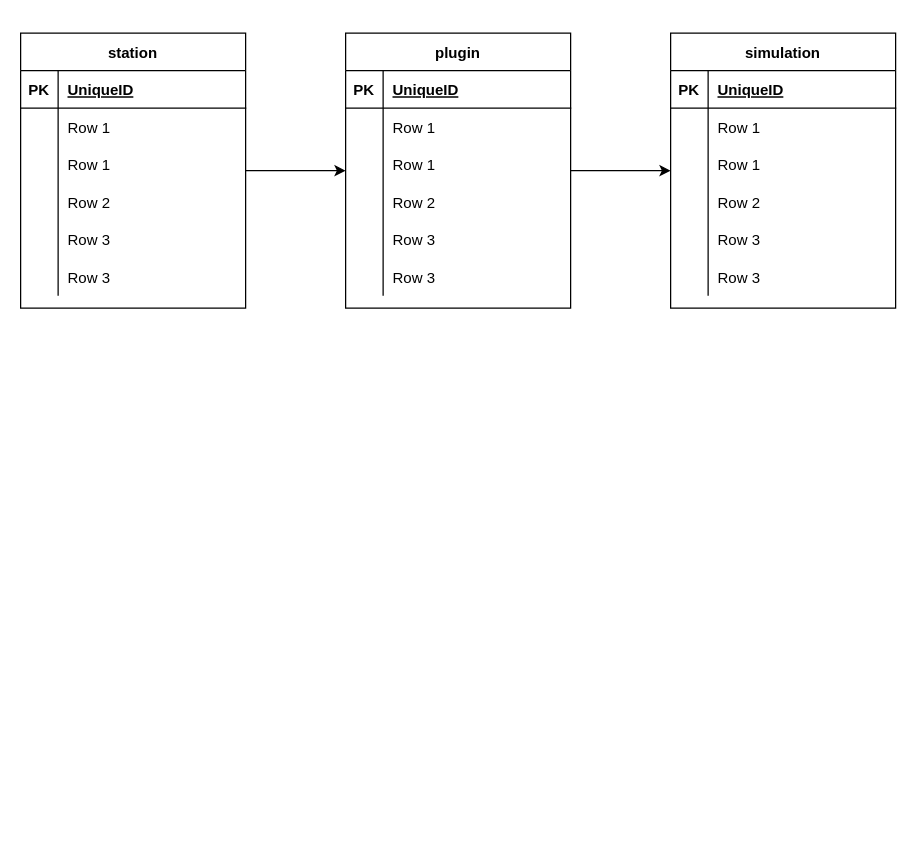
The draw.io diagram page "电站信息" (4 of 6) of pdd-e-r.drawio in gg2herry/drawio, before the edit. Source tidied: cells renumbered, new cells numbered last; positions are measured from the earlier drawing's top-left corner, leaving out a move shared by most shapes. Both pictures are drawn from the tidied source at 125%, with x=0, y=0 at pixel (20, 32).
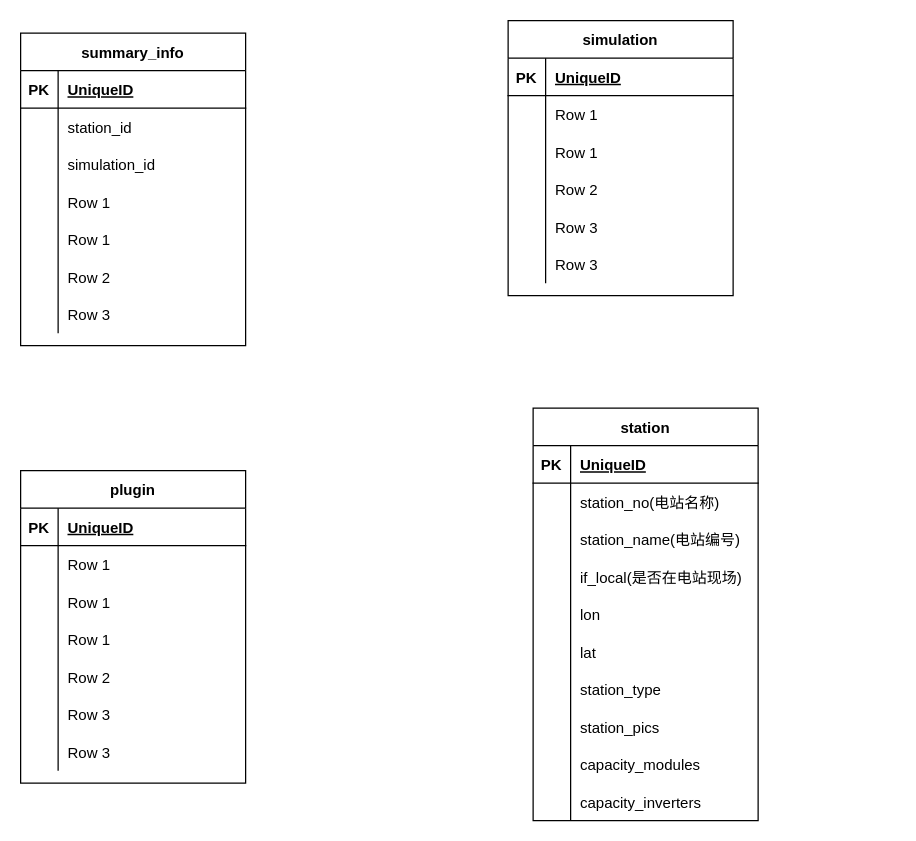
After the change.

The change refers to these unchanged cells:
```xml
<mxCell id="7" style="shape=partialRectangle;fillColor=none;top=0;left=0;bottom=0;right=0;" parent="3" vertex="1">
  <mxGeometry y="60" width="180" height="30" as="geometry" />
</mxCell>
```

What changed in the source:
```diff
@@
-    <mxCell id="2" style="edgeStyle=orthogonalEdgeStyle;rounded=0;jettySize=auto;html=1;" parent="1" edge="1" source="3" target="23">
-      <mxGeometry relative="1" as="geometry" />
-    </mxCell>
     <mxCell id="3" value="station" style="shape=table;startSize=30;childLayout=tableLayout;rowLines=0;fontStyle=1;align=center;" parent="1" vertex="1">
-      <mxGeometry width="180" height="220" as="geometry" />
+      <mxGeometry x="410" y="300" width="180" height="330" as="geometry" />
     </mxCell>
@@
-    <mxCell id="9" value="Row 1" style="shape=partialRectangle;fillColor=none;top=0;left=0;bottom=0;right=0;align=left;spacingLeft=6;overflow=hidden;" parent="7" vertex="1">
+    <mxCell id="9" value="station_no(电站名称)" style="shape=partialRectangle;fillColor=none;top=0;left=0;bottom=0;right=0;align=left;spacingLeft=6;overflow=hidden;" parent="7" vertex="1">
       <mxGeometry x="30" width="150" height="30" as="geometry" />
     </mxCell>
-    <mxCell id="10" style="shape=partialRectangle;fillColor=none;top=0;left=0;bottom=0;right=0;" parent="3" vertex="1">
-      <mxGeometry y="90" width="180" height="30" as="geometry" />
-    </mxCell>
-    <mxCell id="11" style="shape=partialRectangle;fillColor=none;top=0;left=0;bottom=0;right=0;overflow=hidden;" parent="10" vertex="1">
-      <mxGeometry width="30" height="30" as="geometry" />
-    </mxCell>
-    <mxCell id="12" value="Row 1" style="shape=partialRectangle;fillColor=none;top=0;left=0;bottom=0;right=0;align=left;spacingLeft=6;overflow=hidden;" parent="10" vertex="1">
-      <mxGeometry x="30" width="150" height="30" as="geometry" />
-    </mxCell>
     <mxCell id="13" style="shape=partialRectangle;fillColor=none;top=0;left=0;bottom=0;right=0;" parent="3" vertex="1">
-      <mxGeometry y="120" width="180" height="30" as="geometry" />
+      <mxGeometry y="90" width="180" height="30" as="geometry" />
     </mxCell>
@@
-    <mxCell id="15" value="Row 2" style="shape=partialRectangle;fillColor=none;top=0;left=0;bottom=0;right=0;align=left;spacingLeft=6;overflow=hidden;" parent="13" vertex="1">
+    <mxCell id="15" value="station_name(电站编号)" style="shape=partialRectangle;fillColor=none;top=0;left=0;bottom=0;right=0;align=left;spacingLeft=6;overflow=hidden;" parent="13" vertex="1">
       <mxGeometry x="30" width="150" height="30" as="geometry" />
     </mxCell>
     <mxCell id="16" style="shape=partialRectangle;fillColor=none;top=0;left=0;bottom=0;right=0;" parent="3" vertex="1">
-      <mxGeometry y="150" width="180" height="30" as="geometry" />
+      <mxGeometry y="120" width="180" height="30" as="geometry" />
     </mxCell>
@@
-    <mxCell id="18" value="Row 3" style="shape=partialRectangle;fillColor=none;top=0;left=0;bottom=0;right=0;align=left;spacingLeft=6;overflow=hidden;" parent="16" vertex="1">
+    <mxCell id="18" value="if_local(是否在电站现场)" style="shape=partialRectangle;fillColor=none;top=0;left=0;bottom=0;right=0;align=left;spacingLeft=6;overflow=hidden;" parent="16" vertex="1">
       <mxGeometry x="30" width="150" height="30" as="geometry" />
     </mxCell>
     <mxCell id="19" style="shape=partialRectangle;fillColor=none;top=0;left=0;bottom=0;right=0;" parent="3" vertex="1">
-      <mxGeometry y="180" width="180" height="30" as="geometry" />
+      <mxGeometry y="150" width="180" height="30" as="geometry" />
     </mxCell>
@@
-    <mxCell id="21" value="Row 3" style="shape=partialRectangle;fillColor=none;top=0;left=0;bottom=0;right=0;align=left;spacingLeft=6;overflow=hidden;" parent="19" vertex="1">
+    <mxCell id="21" value="lon" style="shape=partialRectangle;fillColor=none;top=0;left=0;bottom=0;right=0;align=left;spacingLeft=6;overflow=hidden;" parent="19" vertex="1">
       <mxGeometry x="30" width="150" height="30" as="geometry" />
     </mxCell>
-    <mxCell id="22" style="edgeStyle=orthogonalEdgeStyle;rounded=0;jettySize=auto;html=1;" parent="1" edge="1" source="23" target="42">
-      <mxGeometry relative="1" as="geometry" />
-    </mxCell>
+    <mxCell id="61" style="shape=partialRectangle;fillColor=none;top=0;left=0;bottom=0;right=0;" parent="3" vertex="1">
+      <mxGeometry y="180" width="180" height="30" as="geometry" />
+    </mxCell>
+    <mxCell id="62" style="shape=partialRectangle;fillColor=none;top=0;left=0;bottom=0;right=0;overflow=hidden;" parent="61" vertex="1">
+      <mxGeometry width="30" height="30" as="geometry" />
+    </mxCell>
+    <mxCell id="63" value="lat" style="shape=partialRectangle;fillColor=none;top=0;left=0;bottom=0;right=0;align=left;spacingLeft=6;overflow=hidden;" parent="61" vertex="1">
+      <mxGeometry x="30" width="150" height="30" as="geometry" />
+    </mxCell>
+    <mxCell id="10" style="shape=partialRectangle;fillColor=none;top=0;left=0;bottom=0;right=0;" parent="3" vertex="1">
+      <mxGeometry y="210" width="180" height="30" as="geometry" />
+    </mxCell>
+    <mxCell id="11" style="shape=partialRectangle;fillColor=none;top=0;left=0;bottom=0;right=0;overflow=hidden;" parent="10" vertex="1">
+      <mxGeometry width="30" height="30" as="geometry" />
+    </mxCell>
+    <mxCell id="12" value="station_type" style="shape=partialRectangle;fillColor=none;top=0;left=0;bottom=0;right=0;align=left;spacingLeft=6;overflow=hidden;" parent="10" vertex="1">
+      <mxGeometry x="30" width="150" height="30" as="geometry" />
+    </mxCell>
+    <mxCell id="64" style="shape=partialRectangle;fillColor=none;top=0;left=0;bottom=0;right=0;" parent="3" vertex="1">
+      <mxGeometry y="240" width="180" height="30" as="geometry" />
+    </mxCell>
+    <mxCell id="65" style="shape=partialRectangle;fillColor=none;top=0;left=0;bottom=0;right=0;overflow=hidden;" parent="64" vertex="1">
+      <mxGeometry width="30" height="30" as="geometry" />
+    </mxCell>
+    <mxCell id="66" value="station_pics" style="shape=partialRectangle;fillColor=none;top=0;left=0;bottom=0;right=0;align=left;spacingLeft=6;overflow=hidden;" parent="64" vertex="1">
+      <mxGeometry x="30" width="150" height="30" as="geometry" />
+    </mxCell>
+    <mxCell id="67" style="shape=partialRectangle;fillColor=none;top=0;left=0;bottom=0;right=0;" parent="3" vertex="1">
+      <mxGeometry y="270" width="180" height="30" as="geometry" />
+    </mxCell>
+    <mxCell id="68" style="shape=partialRectangle;fillColor=none;top=0;left=0;bottom=0;right=0;overflow=hidden;" parent="67" vertex="1">
+      <mxGeometry width="30" height="30" as="geometry" />
+    </mxCell>
+    <mxCell id="69" value="capacity_modules" style="shape=partialRectangle;fillColor=none;top=0;left=0;bottom=0;right=0;align=left;spacingLeft=6;overflow=hidden;" parent="67" vertex="1">
+      <mxGeometry x="30" width="150" height="30" as="geometry" />
+    </mxCell>
+    <mxCell id="70" style="shape=partialRectangle;fillColor=none;top=0;left=0;bottom=0;right=0;" parent="3" vertex="1">
+      <mxGeometry y="300" width="180" height="30" as="geometry" />
+    </mxCell>
+    <mxCell id="71" style="shape=partialRectangle;fillColor=none;top=0;left=0;bottom=0;right=0;overflow=hidden;" parent="70" vertex="1">
+      <mxGeometry width="30" height="30" as="geometry" />
+    </mxCell>
+    <mxCell id="72" value="capacity_inverters" style="shape=partialRectangle;fillColor=none;top=0;left=0;bottom=0;right=0;align=left;spacingLeft=6;overflow=hidden;" parent="70" vertex="1">
+      <mxGeometry x="30" width="150" height="30" as="geometry" />
+    </mxCell>
     <mxCell id="23" value="plugin" style="shape=table;startSize=30;childLayout=tableLayout;rowLines=0;fontStyle=1;align=center;" parent="1" vertex="1">
-      <mxGeometry x="260" width="180" height="220" as="geometry" />
+      <mxGeometry y="350" width="180" height="250" as="geometry" />
     </mxCell>
@@
+    <mxCell id="73" style="shape=partialRectangle;fillColor=none;top=0;left=0;bottom=0;right=0;" parent="23" vertex="1">
+      <mxGeometry y="90" width="180" height="30" as="geometry" />
+    </mxCell>
+    <mxCell id="74" style="shape=partialRectangle;fillColor=none;top=0;left=0;bottom=0;right=0;overflow=hidden;" parent="73" vertex="1">
+      <mxGeometry width="30" height="30" as="geometry" />
+    </mxCell>
+    <mxCell id="75" value="Row 1" style="shape=partialRectangle;fillColor=none;top=0;left=0;bottom=0;right=0;align=left;spacingLeft=6;overflow=hidden;" parent="73" vertex="1">
+      <mxGeometry x="30" width="150" height="30" as="geometry" />
+    </mxCell>
     <mxCell id="30" style="shape=partialRectangle;fillColor=none;top=0;left=0;bottom=0;right=0;" parent="23" vertex="1">
-      <mxGeometry y="90" width="180" height="30" as="geometry" />
+      <mxGeometry y="120" width="180" height="30" as="geometry" />
     </mxCell>
@@
     <mxCell id="33" style="shape=partialRectangle;fillColor=none;top=0;left=0;bottom=0;right=0;" parent="23" vertex="1">
-      <mxGeometry y="120" width="180" height="30" as="geometry" />
+      <mxGeometry y="150" width="180" height="30" as="geometry" />
     </mxCell>
@@
     <mxCell id="36" style="shape=partialRectangle;fillColor=none;top=0;left=0;bottom=0;right=0;" parent="23" vertex="1">
-      <mxGeometry y="150" width="180" height="30" as="geometry" />
+      <mxGeometry y="180" width="180" height="30" as="geometry" />
     </mxCell>
@@
     <mxCell id="39" style="shape=partialRectangle;fillColor=none;top=0;left=0;bottom=0;right=0;" parent="23" vertex="1">
-      <mxGeometry y="180" width="180" height="30" as="geometry" />
+      <mxGeometry y="210" width="180" height="30" as="geometry" />
     </mxCell>
@@
     <mxCell id="42" value="simulation" style="shape=table;startSize=30;childLayout=tableLayout;rowLines=0;fontStyle=1;align=center;" parent="1" vertex="1">
-      <mxGeometry x="520" width="180" height="220" as="geometry" />
+      <mxGeometry x="390" y="-10" width="180" height="220" as="geometry" />
     </mxCell>
@@
+    <mxCell id="76" value="summary_info" style="shape=table;startSize=30;childLayout=tableLayout;rowLines=0;fontStyle=1;align=center;" parent="1" vertex="1">
+      <mxGeometry width="180" height="250" as="geometry" />
+    </mxCell>
+    <mxCell id="77" style="shape=partialRectangle;fillColor=none;top=0;left=0;bottom=1;right=0;" parent="76" vertex="1">
+      <mxGeometry y="30" width="180" height="30" as="geometry" />
+    </mxCell>
+    <mxCell id="78" value="PK" style="shape=partialRectangle;fillColor=none;top=0;left=0;bottom=0;right=0;fontStyle=1;overflow=hidden;" parent="77" vertex="1">
+      <mxGeometry width="30" height="30" as="geometry" />
+    </mxCell>
+    <mxCell id="79" value="UniqueID" style="shape=partialRectangle;fillColor=none;top=0;left=0;bottom=0;right=0;align=left;spacingLeft=6;fontStyle=5;overflow=hidden;" parent="77" vertex="1">
+      <mxGeometry x="30" width="150" height="30" as="geometry" />
+    </mxCell>
+    <mxCell id="80" style="shape=partialRectangle;fillColor=none;top=0;left=0;bottom=0;right=0;" parent="76" vertex="1">
+      <mxGeometry y="60" width="180" height="30" as="geometry" />
+    </mxCell>
+    <mxCell id="81" style="shape=partialRectangle;fillColor=none;top=0;left=0;bottom=0;right=0;overflow=hidden;" parent="80" vertex="1">
+      <mxGeometry width="30" height="30" as="geometry" />
+    </mxCell>
+    <mxCell id="82" value="station_id" style="shape=partialRectangle;fillColor=none;top=0;left=0;bottom=0;right=0;align=left;spacingLeft=6;overflow=hidden;" parent="80" vertex="1">
+      <mxGeometry x="30" width="150" height="30" as="geometry" />
+    </mxCell>
+    <mxCell id="83" style="shape=partialRectangle;fillColor=none;top=0;left=0;bottom=0;right=0;" parent="76" vertex="1">
+      <mxGeometry y="90" width="180" height="30" as="geometry" />
+    </mxCell>
+    <mxCell id="84" style="shape=partialRectangle;fillColor=none;top=0;left=0;bottom=0;right=0;overflow=hidden;" parent="83" vertex="1">
+      <mxGeometry width="30" height="30" as="geometry" />
+    </mxCell>
+    <mxCell id="85" value="simulation_id" style="shape=partialRectangle;fillColor=none;top=0;left=0;bottom=0;right=0;align=left;spacingLeft=6;overflow=hidden;" parent="83" vertex="1">
+      <mxGeometry x="30" width="150" height="30" as="geometry" />
+    </mxCell>
+    <mxCell id="86" style="shape=partialRectangle;fillColor=none;top=0;left=0;bottom=0;right=0;" parent="76" vertex="1">
+      <mxGeometry y="120" width="180" height="30" as="geometry" />
+    </mxCell>
+    <mxCell id="87" style="shape=partialRectangle;fillColor=none;top=0;left=0;bottom=0;right=0;overflow=hidden;" parent="86" vertex="1">
+      <mxGeometry width="30" height="30" as="geometry" />
+    </mxCell>
+    <mxCell id="88" value="Row 1" style="shape=partialRectangle;fillColor=none;top=0;left=0;bottom=0;right=0;align=left;spacingLeft=6;overflow=hidden;" parent="86" vertex="1">
+      <mxGeometry x="30" width="150" height="30" as="geometry" />
+    </mxCell>
+    <mxCell id="89" style="shape=partialRectangle;fillColor=none;top=0;left=0;bottom=0;right=0;" parent="76" vertex="1">
+      <mxGeometry y="150" width="180" height="30" as="geometry" />
+    </mxCell>
+    <mxCell id="90" style="shape=partialRectangle;fillColor=none;top=0;left=0;bottom=0;right=0;overflow=hidden;" parent="89" vertex="1">
+      <mxGeometry width="30" height="30" as="geometry" />
+    </mxCell>
+    <mxCell id="91" value="Row 1" style="shape=partialRectangle;fillColor=none;top=0;left=0;bottom=0;right=0;align=left;spacingLeft=6;overflow=hidden;" parent="89" vertex="1">
+      <mxGeometry x="30" width="150" height="30" as="geometry" />
+    </mxCell>
+    <mxCell id="92" style="shape=partialRectangle;fillColor=none;top=0;left=0;bottom=0;right=0;" parent="76" vertex="1">
+      <mxGeometry y="180" width="180" height="30" as="geometry" />
+    </mxCell>
+    <mxCell id="93" style="shape=partialRectangle;fillColor=none;top=0;left=0;bottom=0;right=0;overflow=hidden;" parent="92" vertex="1">
+      <mxGeometry width="30" height="30" as="geometry" />
+    </mxCell>
+    <mxCell id="94" value="Row 2" style="shape=partialRectangle;fillColor=none;top=0;left=0;bottom=0;right=0;align=left;spacingLeft=6;overflow=hidden;" parent="92" vertex="1">
+      <mxGeometry x="30" width="150" height="30" as="geometry" />
+    </mxCell>
+    <mxCell id="95" style="shape=partialRectangle;fillColor=none;top=0;left=0;bottom=0;right=0;" parent="76" vertex="1">
+      <mxGeometry y="210" width="180" height="30" as="geometry" />
+    </mxCell>
+    <mxCell id="96" style="shape=partialRectangle;fillColor=none;top=0;left=0;bottom=0;right=0;overflow=hidden;" parent="95" vertex="1">
+      <mxGeometry width="30" height="30" as="geometry" />
+    </mxCell>
+    <mxCell id="97" value="Row 3" style="shape=partialRectangle;fillColor=none;top=0;left=0;bottom=0;right=0;align=left;spacingLeft=6;overflow=hidden;" parent="95" vertex="1">
+      <mxGeometry x="30" width="150" height="30" as="geometry" />
+    </mxCell>
```
